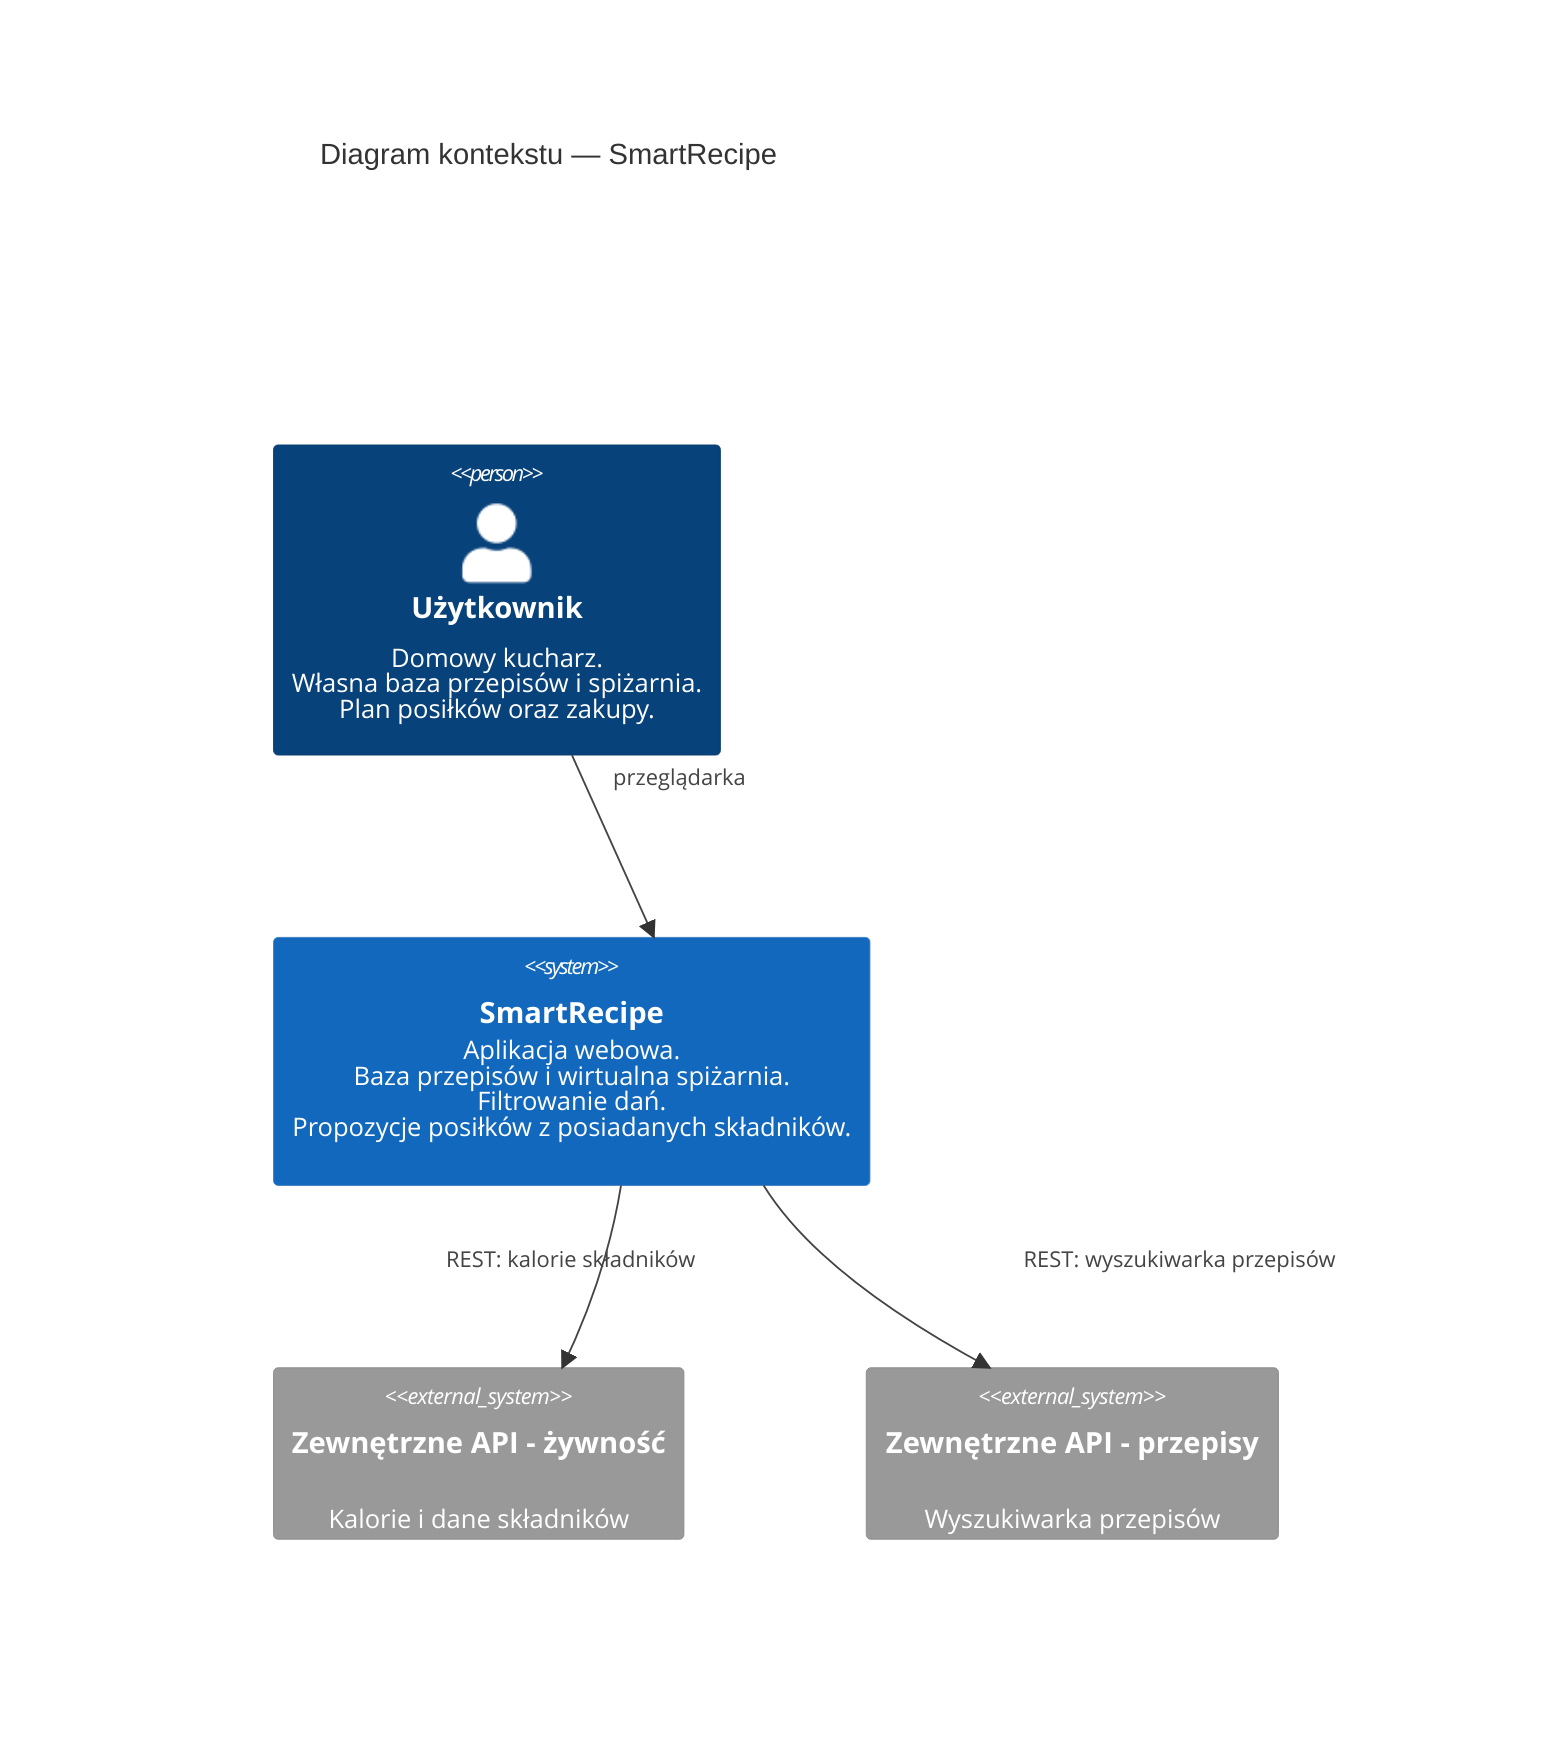
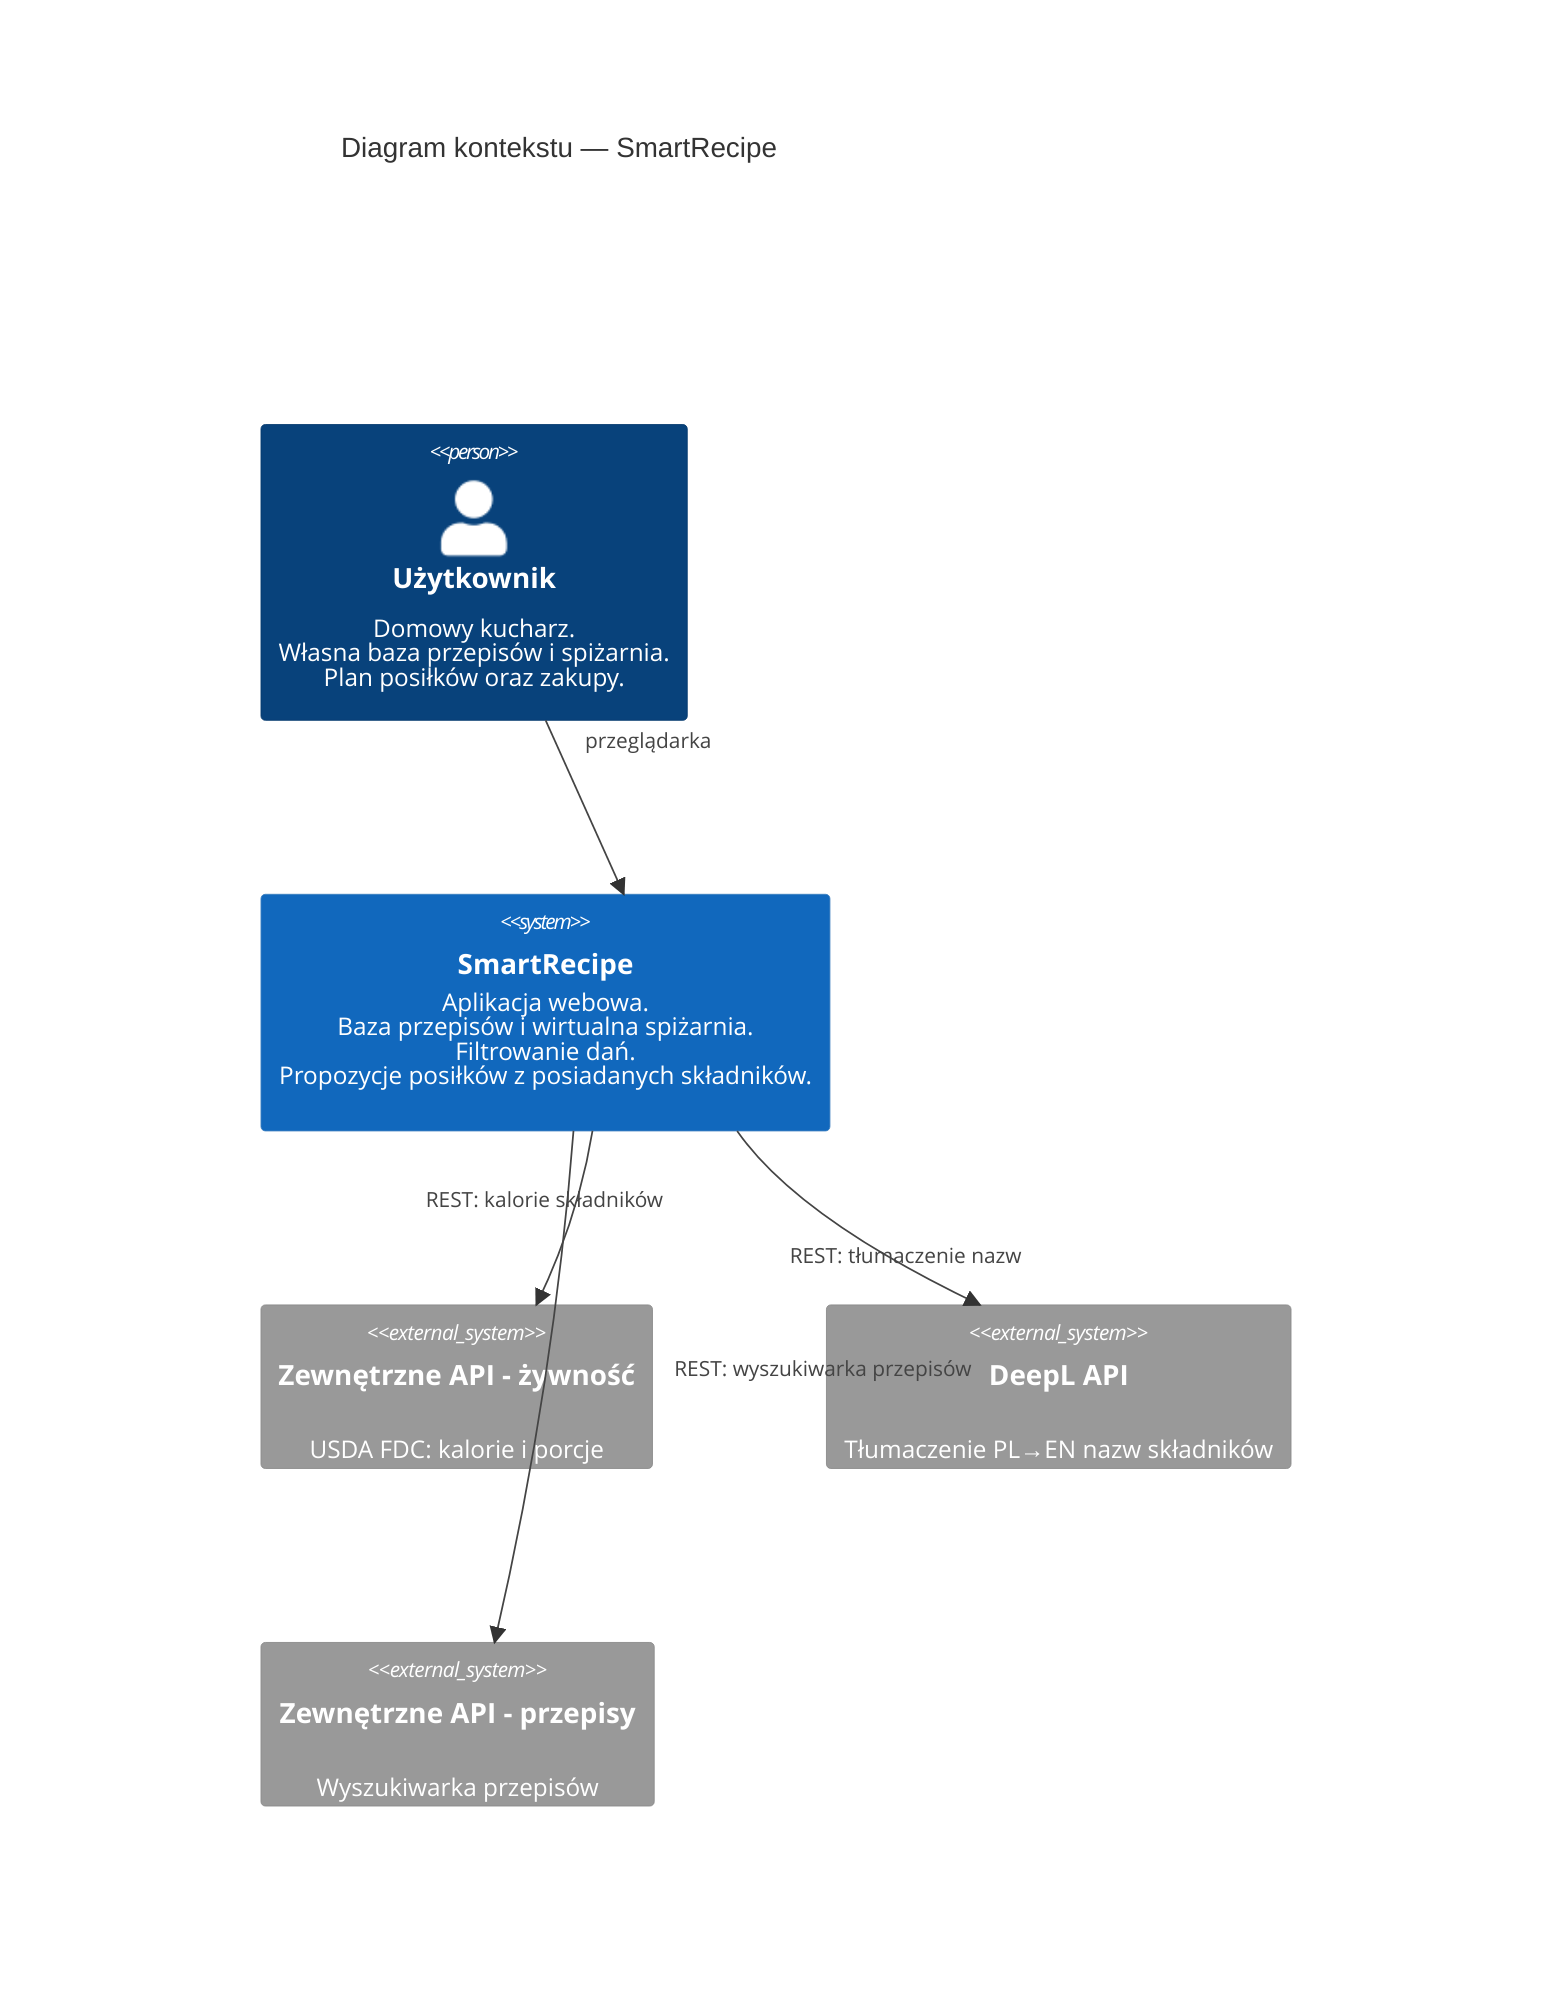
C4Context
    title Diagram kontekstu — SmartRecipe

    Person(homecook, "Użytkownik", "Domowy kucharz.<br/>Własna baza przepisów i spiżarnia.<br/>Plan posiłków oraz zakupy.")
    System(smartrecipe, "SmartRecipe", "Aplikacja webowa.<br/>Baza przepisów i wirtualna spiżarnia.<br/>Filtrowanie dań.<br/>Propozycje posiłków z posiadanych składników.")
-     System_Ext(nutrition_api, "Zewnętrzne API - żywność", "Kalorie i dane składników")
+     System_Ext(nutrition_api, "Zewnętrzne API - żywność", "USDA FDC: kalorie i porcje")
+     System_Ext(deepl_api, "DeepL API", "Tłumaczenie PL→EN nazw składników")
    System_Ext(recipe_api, "Zewnętrzne API - przepisy", "Wyszukiwarka przepisów")

    Rel(homecook, smartrecipe, "przeglądarka")
+     Rel(smartrecipe, deepl_api, "REST: tłumaczenie nazw")
    Rel(smartrecipe, nutrition_api, "REST: kalorie składników")
    Rel(smartrecipe, recipe_api, "REST: wyszukiwarka przepisów")

    UpdateLayoutConfig($c4ShapeInRow="2", $c4BoundaryInRow="2")
    UpdateRelStyle(homecook, smartrecipe, $offsetY="-40")
+     UpdateRelStyle(smartrecipe, deepl_api, $offsetX="-40", $offsetY="20")
    UpdateRelStyle(smartrecipe, nutrition_api, $offsetX="-80", $offsetY="-12")
    UpdateRelStyle(smartrecipe, recipe_api, $offsetX="80", $offsetY="-12")